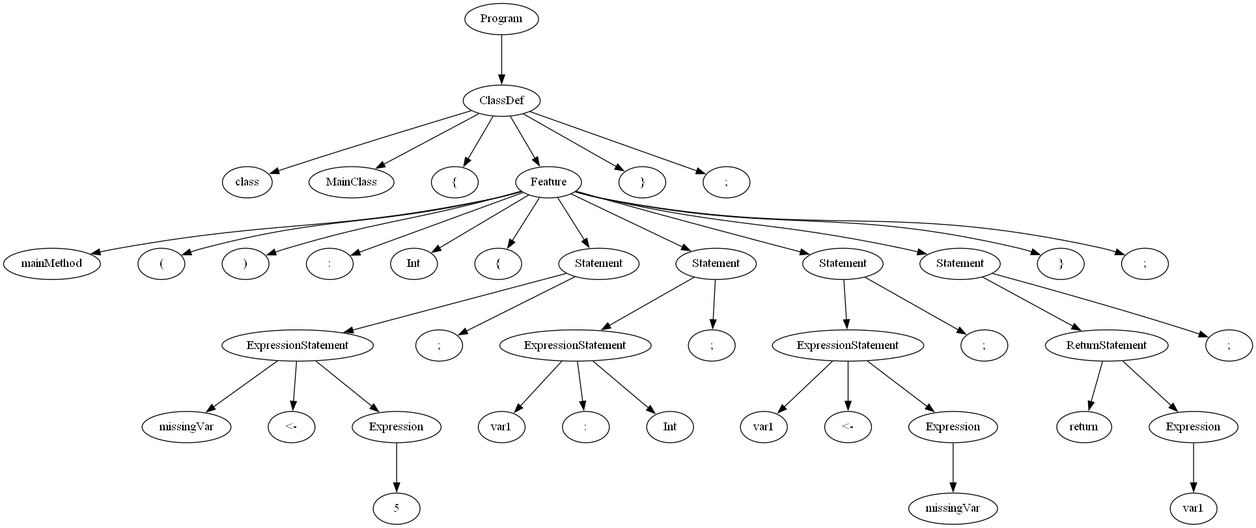
Above: Lab1/tree.png in JessicaOI/Lab0 (Graphviz), before the change. Its source is kept beside it as Lab1/tree.dot.
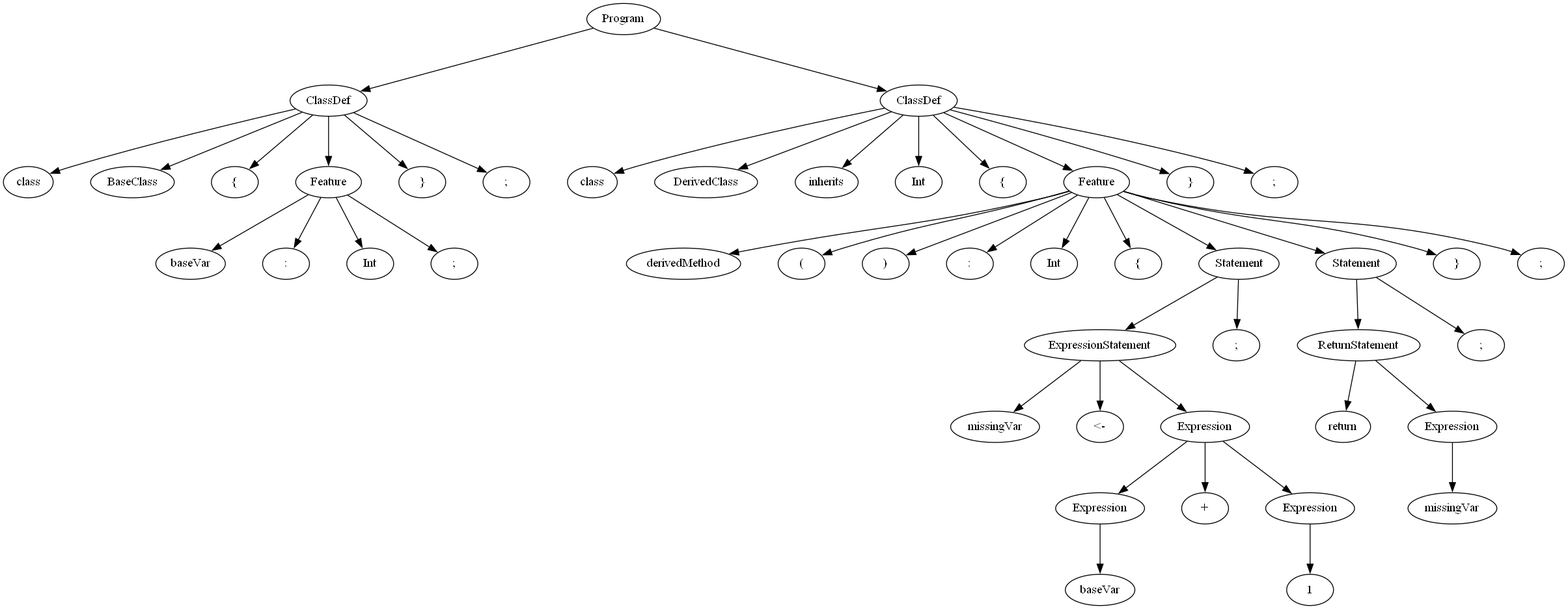
Above is the later version.

The edit, as a diff of the source:
```diff
@@ -2,87 +2,95 @@
 rankdir=TB;
 nodesep=0.6;
 ranksep=0.8;
-    "Program_2021731361056" [label="Program"];
-    "ClassDef_2021731361280" [label="ClassDef"];
-    "class_2021731416576" [label="class"];
-    "MainClass_2021731416768" [label="MainClass"];
-    "{_2021731417856" [label="{"];
-    "Feature_2021731361392" [label="Feature"];
-    "mainMethod_2021731488576" [label="mainMethod"];
-    "(_2021731488768" [label="("];
-    ")_2021731489024" [label=")"];
-    ":_2021731489280" [label=":"];
-    "Int_2021731488384" [label="Int"];
-    "{_2021731489728" [label="{"];
-    "Statement_2021731361840" [label="Statement"];
-    "ExpressionStatement_2021731361952" [label="ExpressionStatement"];
-    "missingVar_2021731490304" [label="missingVar"];
-    "<-_2021731490560" [label="<-"];
-    "Expression_2021731362064" [label="Expression"];
-    "5_2021731504576" [label="5"];
-    ";_2021731505856" [label=";"];
-    "Statement_2021731362624" [label="Statement"];
-    "ExpressionStatement_2021731362736" [label="ExpressionStatement"];
-    "var1_2021731507264" [label="var1"];
-    ":_2021731508096" [label=":"];
-    "Int_2021731508160" [label="Int"];
-    ";_2021731508032" [label=";"];
-    "Statement_2021731362848" [label="Statement"];
-    "ExpressionStatement_2021731362960" [label="ExpressionStatement"];
-    "var1_2021731489344" [label="var1"];
-    "<-_2021731524736" [label="<-"];
-    "Expression_2021731363072" [label="Expression"];
-    "missingVar_2021731524800" [label="missingVar"];
-    ";_2021731524928" [label=";"];
-    "Statement_2021731363408" [label="Statement"];
-    "ReturnStatement_2021731363520" [label="ReturnStatement"];
-    "return_2021731524864" [label="return"];
-    "Expression_2021731363632" [label="Expression"];
-    "var1_2021731525568" [label="var1"];
-    ";_2021731525632" [label=";"];
-    "}_2021731525824" [label="}"];
-    ";_2021731525888" [label=";"];
-    "}_2021731526016" [label="}"];
-    ";_2021731526144" [label=";"];
-    "Program_2021731361056" -> "ClassDef_2021731361280";
-    "ClassDef_2021731361280" -> "class_2021731416576";
-    "ClassDef_2021731361280" -> "MainClass_2021731416768";
-    "ClassDef_2021731361280" -> "{_2021731417856";
-    "ClassDef_2021731361280" -> "Feature_2021731361392";
-    "ClassDef_2021731361280" -> "}_2021731526016";
-    "ClassDef_2021731361280" -> ";_2021731526144";
-    "Feature_2021731361392" -> "mainMethod_2021731488576";
-    "Feature_2021731361392" -> "(_2021731488768";
-    "Feature_2021731361392" -> ")_2021731489024";
-    "Feature_2021731361392" -> ":_2021731489280";
-    "Feature_2021731361392" -> "Int_2021731488384";
-    "Feature_2021731361392" -> "{_2021731489728";
-    "Feature_2021731361392" -> "Statement_2021731361840";
-    "Feature_2021731361392" -> "Statement_2021731362624";
-    "Feature_2021731361392" -> "Statement_2021731362848";
-    "Feature_2021731361392" -> "Statement_2021731363408";
-    "Feature_2021731361392" -> "}_2021731525824";
-    "Feature_2021731361392" -> ";_2021731525888";
-    "Statement_2021731361840" -> "ExpressionStatement_2021731361952";
-    "Statement_2021731361840" -> ";_2021731505856";
-    "ExpressionStatement_2021731361952" -> "missingVar_2021731490304";
-    "ExpressionStatement_2021731361952" -> "<-_2021731490560";
-    "ExpressionStatement_2021731361952" -> "Expression_2021731362064";
-    "Expression_2021731362064" -> "5_2021731504576";
-    "Statement_2021731362624" -> "ExpressionStatement_2021731362736";
-    "Statement_2021731362624" -> ";_2021731508032";
-    "ExpressionStatement_2021731362736" -> "var1_2021731507264";
-    "ExpressionStatement_2021731362736" -> ":_2021731508096";
-    "ExpressionStatement_2021731362736" -> "Int_2021731508160";
-    "Statement_2021731362848" -> "ExpressionStatement_2021731362960";
-    "Statement_2021731362848" -> ";_2021731524928";
-    "ExpressionStatement_2021731362960" -> "var1_2021731489344";
-    "ExpressionStatement_2021731362960" -> "<-_2021731524736";
-    "ExpressionStatement_2021731362960" -> "Expression_2021731363072";
-    "Expression_2021731363072" -> "missingVar_2021731524800";
-    "Statement_2021731363408" -> "ReturnStatement_2021731363520";
-    "Statement_2021731363408" -> ";_2021731525632";
-    "ReturnStatement_2021731363520" -> "return_2021731524864";
-    "ReturnStatement_2021731363520" -> "Expression_2021731363632";
-    "Expression_2021731363632" -> "var1_2021731525568";
+    "Program_2731316291056" [label="Program"];
+    "ClassDef_2731316291728" [label="ClassDef"];
+    "class_2731316304384" [label="class"];
+    "BaseClass_2731316303616" [label="BaseClass"];
+    "{_2731316304064" [label="{"];
+    "Feature_2731316290944" [label="Feature"];
+    "baseVar_2731316304576" [label="baseVar"];
+    ":_2731316305024" [label=":"];
+    "Int_2731316304768" [label="Int"];
+    ";_2731316304704" [label=";"];
+    "}_2731316304960" [label="}"];
+    ";_2731316304512" [label=";"];
+    "ClassDef_2731316291168" [label="ClassDef"];
+    "class_2731316305280" [label="class"];
+    "DerivedClass_2731316305344" [label="DerivedClass"];
+    "inherits_2731316305408" [label="inherits"];
+    "Int_2731316305472" [label="Int"];
+    "{_2731316305536" [label="{"];
+    "Feature_2731316291280" [label="Feature"];
+    "derivedMethod_2731316305664" [label="derivedMethod"];
+    "(_2731316305728" [label="("];
+    ")_2731316305792" [label=")"];
+    ":_2731316305856" [label=":"];
+    "Int_2731316310080" [label="Int"];
+    "{_2731316310208" [label="{"];
+    "Statement_2731316291504" [label="Statement"];
+    "ExpressionStatement_2731316291616" [label="ExpressionStatement"];
+    "missingVar_2731316310272" [label="missingVar"];
+    "<-_2731316310336" [label="<-"];
+    "Expression_2731316291392" [label="Expression"];
+    "Expression_2731316291840" [label="Expression"];
+    "baseVar_2731316310400" [label="baseVar"];
+    "+_2731316310464" [label="+"];
+    "Expression_2731316292064" [label="Expression"];
+    "1_2731316310528" [label="1"];
+    ";_2731316310592" [label=";"];
+    "Statement_2731316291952" [label="Statement"];
+    "ReturnStatement_2731316292176" [label="ReturnStatement"];
+    "return_2731316310656" [label="return"];
+    "Expression_2731316292288" [label="Expression"];
+    "missingVar_2731316310720" [label="missingVar"];
+    ";_2731316310848" [label=";"];
+    "}_2731316310912" [label="}"];
+    ";_2731316310144" [label=";"];
+    "}_2731316310976" [label="}"];
+    ";_2731316311168" [label=";"];
+    "Program_2731316291056" -> "ClassDef_2731316291728";
+    "Program_2731316291056" -> "ClassDef_2731316291168";
+    "ClassDef_2731316291728" -> "class_2731316304384";
+    "ClassDef_2731316291728" -> "BaseClass_2731316303616";
+    "ClassDef_2731316291728" -> "{_2731316304064";
+    "ClassDef_2731316291728" -> "Feature_2731316290944";
+    "ClassDef_2731316291728" -> "}_2731316304960";
+    "ClassDef_2731316291728" -> ";_2731316304512";
+    "Feature_2731316290944" -> "baseVar_2731316304576";
+    "Feature_2731316290944" -> ":_2731316305024";
+    "Feature_2731316290944" -> "Int_2731316304768";
+    "Feature_2731316290944" -> ";_2731316304704";
+    "ClassDef_2731316291168" -> "class_2731316305280";
+    "ClassDef_2731316291168" -> "DerivedClass_2731316305344";
+    "ClassDef_2731316291168" -> "inherits_2731316305408";
+    "ClassDef_2731316291168" -> "Int_2731316305472";
+    "ClassDef_2731316291168" -> "{_2731316305536";
+    "ClassDef_2731316291168" -> "Feature_2731316291280";
+    "ClassDef_2731316291168" -> "}_2731316310976";
+    "ClassDef_2731316291168" -> ";_2731316311168";
+    "Feature_2731316291280" -> "derivedMethod_2731316305664";
+    "Feature_2731316291280" -> "(_2731316305728";
+    "Feature_2731316291280" -> ")_2731316305792";
+    "Feature_2731316291280" -> ":_2731316305856";
+    "Feature_2731316291280" -> "Int_2731316310080";
+    "Feature_2731316291280" -> "{_2731316310208";
+    "Feature_2731316291280" -> "Statement_2731316291504";
+    "Feature_2731316291280" -> "Statement_2731316291952";
+    "Feature_2731316291280" -> "}_2731316310912";
+    "Feature_2731316291280" -> ";_2731316310144";
+    "Statement_2731316291504" -> "ExpressionStatement_2731316291616";
+    "Statement_2731316291504" -> ";_2731316310592";
+    "ExpressionStatement_2731316291616" -> "missingVar_2731316310272";
+    "ExpressionStatement_2731316291616" -> "<-_2731316310336";
+    "ExpressionStatement_2731316291616" -> "Expression_2731316291392";
+    "Expression_2731316291392" -> "Expression_2731316291840";
+    "Expression_2731316291392" -> "+_2731316310464";
+    "Expression_2731316291392" -> "Expression_2731316292064";
+    "Expression_2731316291840" -> "baseVar_2731316310400";
+    "Expression_2731316292064" -> "1_2731316310528";
+    "Statement_2731316291952" -> "ReturnStatement_2731316292176";
+    "Statement_2731316291952" -> ";_2731316310848";
+    "ReturnStatement_2731316292176" -> "return_2731316310656";
+    "ReturnStatement_2731316292176" -> "Expression_2731316292288";
+    "Expression_2731316292288" -> "missingVar_2731316310720";
 }
```
